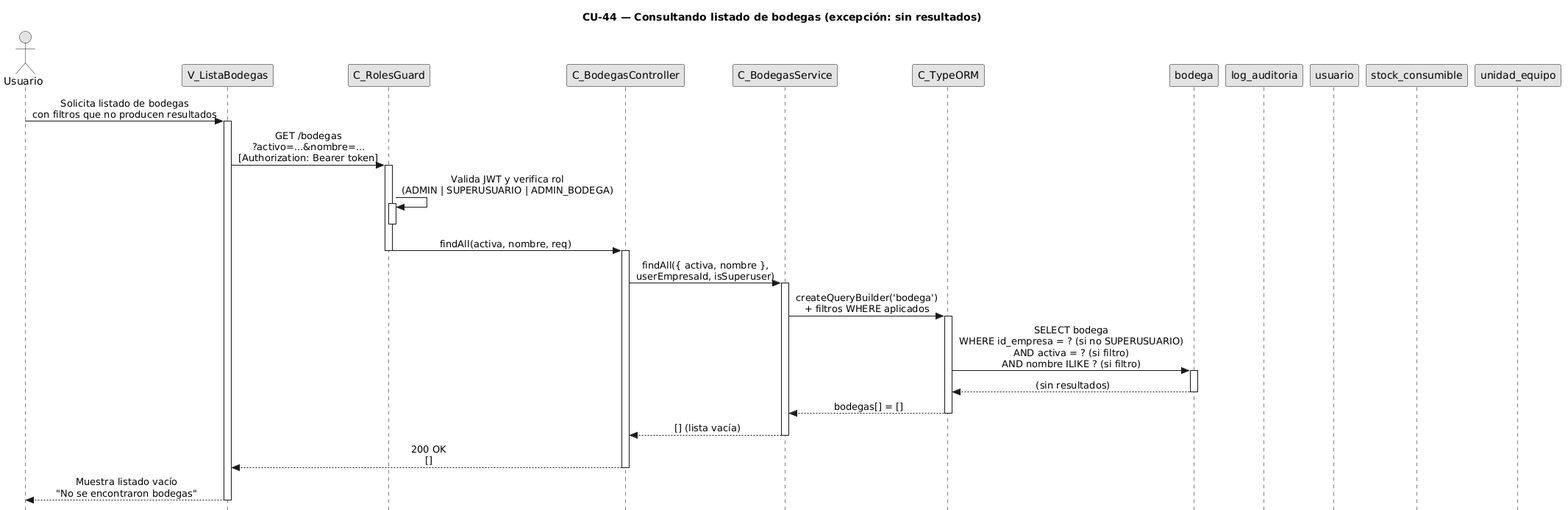
Before: diagramas/diagramas-secuencia/CU44/CU44-exc-sin-resultados.png, a diagram exported from PlantUML (FSM-Finet-y-Cable-Magico/Team_1-Inventario-y-Bodega).
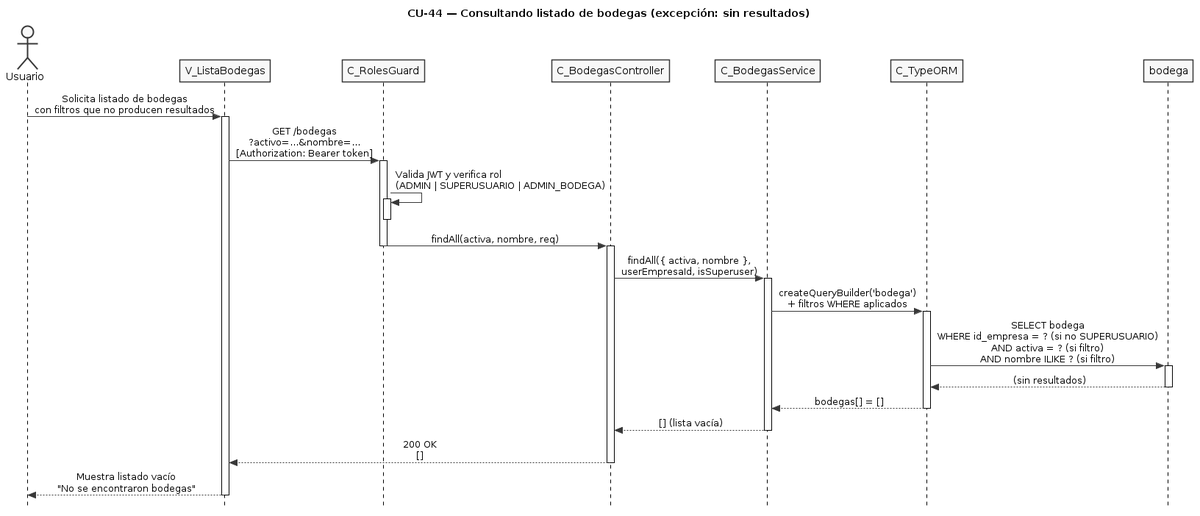
After the change.

The edit, as a diff of the source:
```diff
@@ -5,6 +5,8 @@
 skinparam monochrome true
 skinparam shadowing false
 skinparam sequenceMessageAlign center
+skinparam ParticipantPadding 25
+skinparam ActorPadding 20
 skinparam sequence {
   MessageAlign center
   LifeLineBorderColor black
@@ -18,10 +20,6 @@
 participant "C_BodegasService" as svc
 participant "C_TypeORM" as orm
 participant "bodega" as bent
-participant "log_auditoria" as aent
-participant "usuario" as uent
-participant "stock_consumible" as scent
-participant "unidad_equipo" as ueent
 
 user -> view : Solicita listado de bodegas\ncon filtros que no producen resultados
 activate view
```
